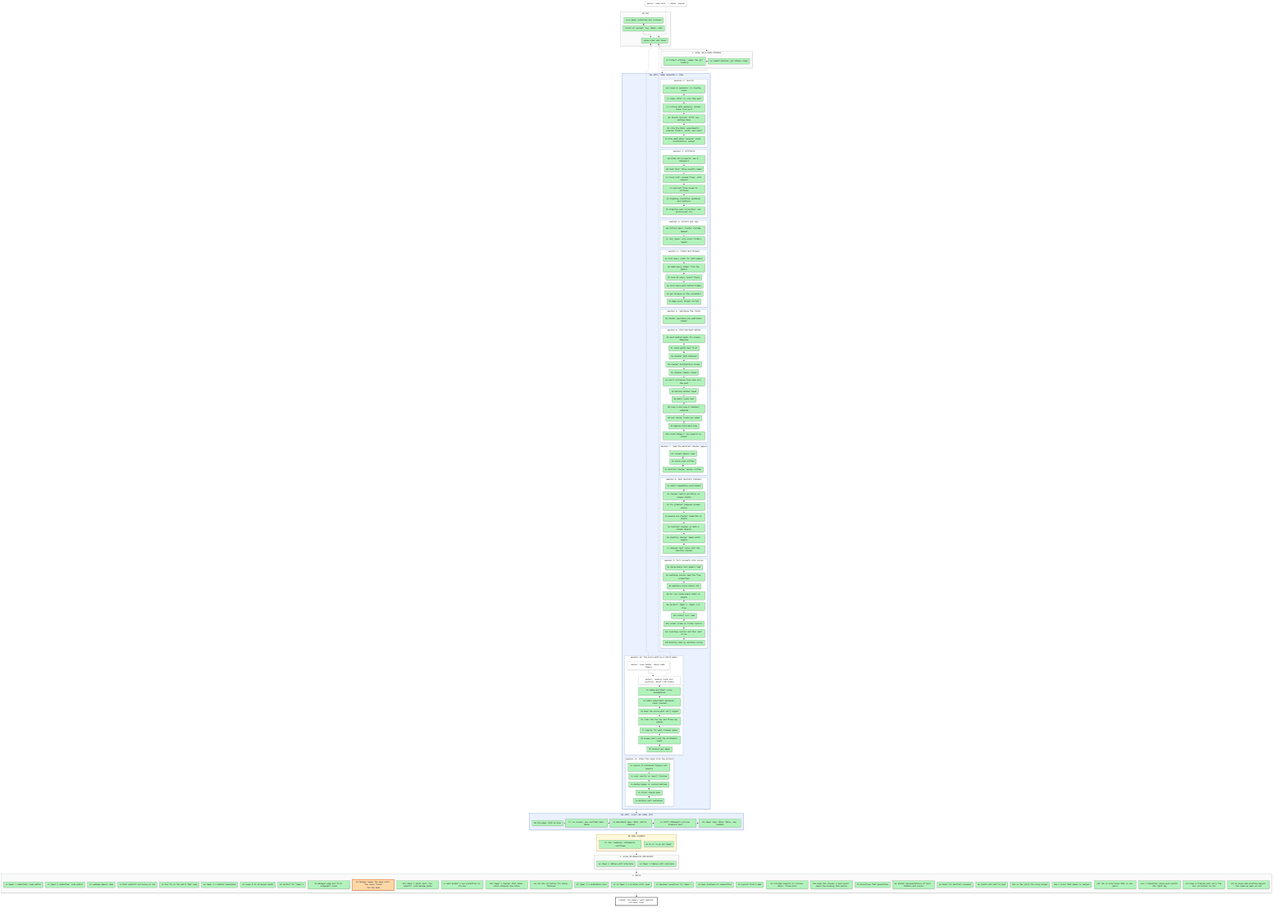
Above: artifacts/notes/progress/map.png in mo-rsa24/concept-composition (Mermaid), before the change. Its source is kept beside it as artifacts/notes/progress/map.mmd.
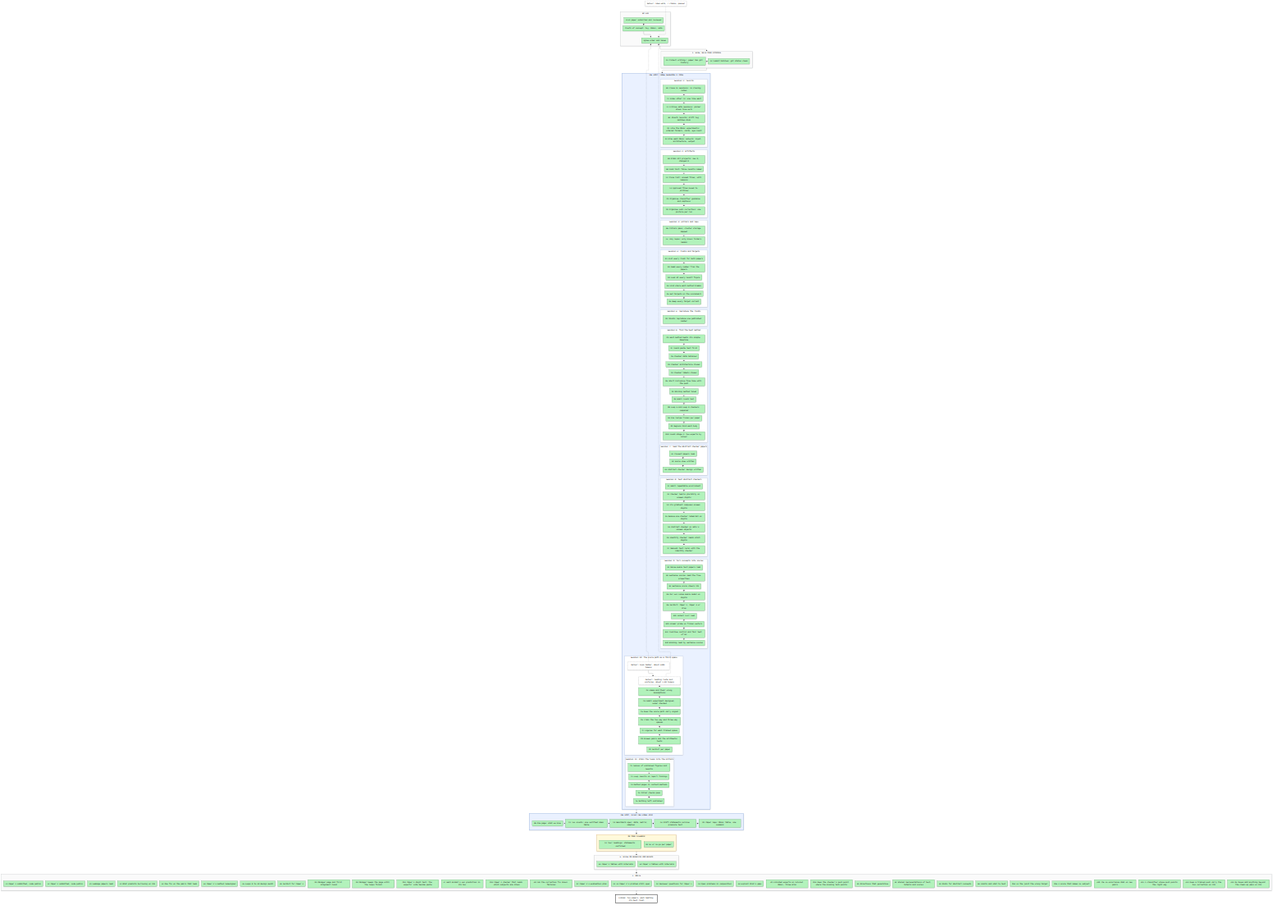
After the commit.

Commit message:
Manager: box route settled in the consensus, final briefing, Loop 12 and the manager closed

Change to the diagram source:
```diff
@@ -74,7 +74,7 @@
   end
   subgraph SF["F. WRITE"]
     direction LR
-    F1["F1 Paper 1 submitted, code public"]:::done ~~~ F2["F2 Paper 2 submitted, code public"]:::done ~~~ Z1["Z1 Leakage papers read"]:::done ~~~ Z2["Z2 What predicts borrowing on CO3"]:::done ~~~ Z3["Z3 One fix on the pairs that leak"]:::done ~~~ Z4["Z4 Paper 2's method redesigned"]:::done ~~~ Z5["Z5 Loops 8 to 10 design audit"]:::done ~~~ Z6["Z6 Verdict for Paper 2"]:::done ~~~ N1["N1 Manager page and first alignment round"]:::done ~~~ N2["N2 Manager keeps the page until the loops finish<br/>YOU ARE HERE"]:::doing ~~~ M11["M11 Paper 1 digit test: the experts' vote beside paste"]:::done ~~~ Z7["Z7 Each animal's own prediction in its box"]:::done ~~~ M12["M12 Paper 2 checker that reads which subjects are drawn"]:::done ~~~ Z8["Z8 Can the correction fix known failures"]:::done ~~~ K7["K7 Paper 1's evaluation plan"]:::done ~~~ G1["G1 Is Paper 2's problem still open"]:::done ~~~ G2["G2 Reviewer questions for Paper 1"]:::done ~~~ G3["G3 Open problems in composition"]:::done ~~~ G4["G4 Exploit DCFM's gaps"]:::done ~~~ Z9["Z9 Finished experts on Colored MNIST, three arms"]:::done ~~~ M13["M13 Does the checker's push point where the missing term points"]:::done ~~~ H1["H1 Directions that generalise"]:::done ~~~ H2["H2 Shared representations of text, latents and scores"]:::done ~~~ H3["H3 Dials for abstract concepts"]:::done ~~~ H4["H4 Limits and what to test"]:::done ~~~ M14["M14 Is the joint the wrong target"]:::done ~~~ M15["M15 A score that names no subject"]:::done ~~~ Z10["Z10 The co-occurrence dial on new pairs"]:::done ~~~ Z11["Z11 A classifier whose push points the right way"]:::done ~~~ Z12["Z12 Does a trained push carry the box correction on CO3"]:::done ~~~ Z13["Z13 Do boxes add anything beyond the clean-up pass on CO3"]:::done
+    F1["F1 Paper 1 submitted, code public"]:::done ~~~ F2["F2 Paper 2 submitted, code public"]:::done ~~~ Z1["Z1 Leakage papers read"]:::done ~~~ Z2["Z2 What predicts borrowing on CO3"]:::done ~~~ Z3["Z3 One fix on the pairs that leak"]:::done ~~~ Z4["Z4 Paper 2's method redesigned"]:::done ~~~ Z5["Z5 Loops 8 to 10 design audit"]:::done ~~~ Z6["Z6 Verdict for Paper 2"]:::done ~~~ N1["N1 Manager page and first alignment round"]:::done ~~~ N2["N2 Manager keeps the page until the loops finish"]:::done ~~~ M11["M11 Paper 1 digit test: the experts' vote beside paste"]:::done ~~~ Z7["Z7 Each animal's own prediction in its box"]:::done ~~~ M12["M12 Paper 2 checker that reads which subjects are drawn"]:::done ~~~ Z8["Z8 Can the correction fix known failures"]:::done ~~~ K7["K7 Paper 1's evaluation plan"]:::done ~~~ G1["G1 Is Paper 2's problem still open"]:::done ~~~ G2["G2 Reviewer questions for Paper 1"]:::done ~~~ G3["G3 Open problems in composition"]:::done ~~~ G4["G4 Exploit DCFM's gaps"]:::done ~~~ Z9["Z9 Finished experts on Colored MNIST, three arms"]:::done ~~~ M13["M13 Does the checker's push point where the missing term points"]:::done ~~~ H1["H1 Directions that generalise"]:::done ~~~ H2["H2 Shared representations of text, latents and scores"]:::done ~~~ H3["H3 Dials for abstract concepts"]:::done ~~~ H4["H4 Limits and what to test"]:::done ~~~ M14["M14 Is the joint the wrong target"]:::done ~~~ M15["M15 A score that names no subject"]:::done ~~~ Z10["Z10 The co-occurrence dial on new pairs"]:::done ~~~ Z11["Z11 A classifier whose push points the right way"]:::done ~~~ Z12["Z12 Does a trained push carry the box correction on CO3"]:::done ~~~ Z13["Z13 Do boxes add anything beyond the clean-up pass on CO3"]:::done
   end
   GOAL["FINISH: two papers, each beating its best rival"]:::goal
   X0["Detour: idea walk, 7 claims, paused"]:::detour -.-> P2
```
